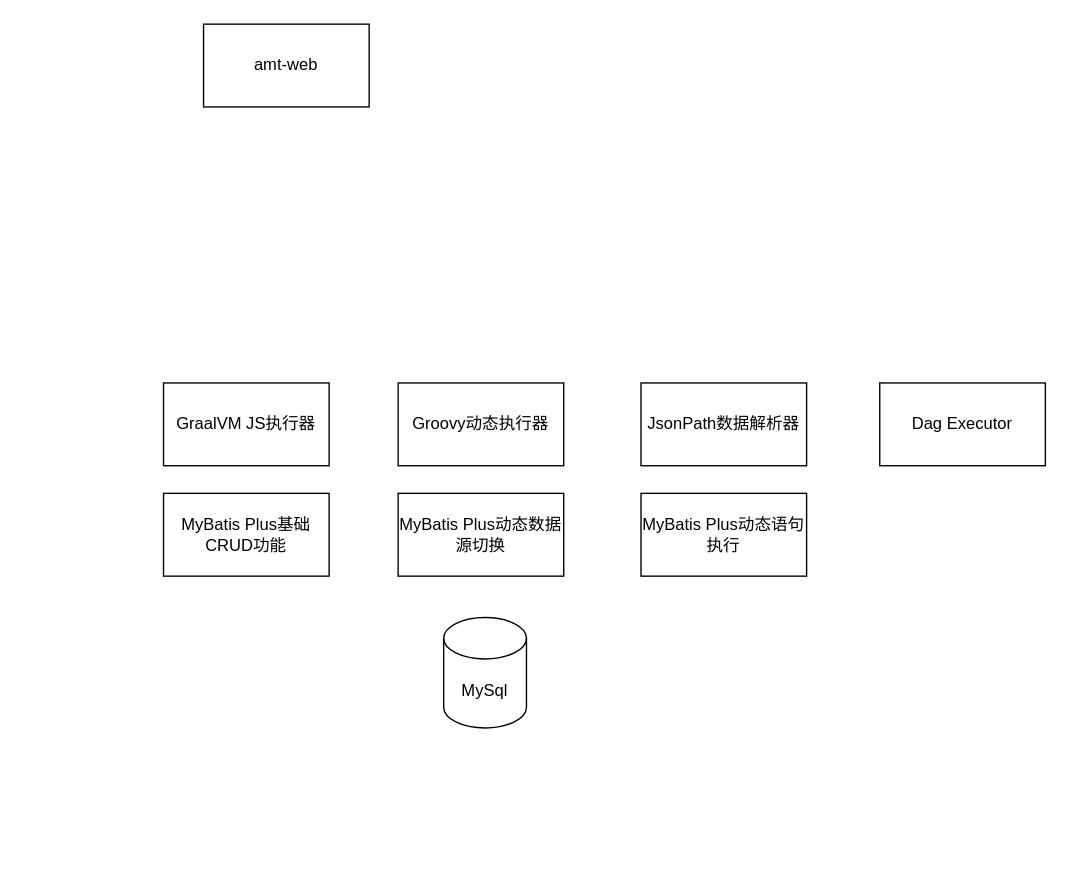
The draw.io diagram page "系统技术架构" (2 of 5) of docs/架构图.drawio in icarusliu/flowstone-api, before the edit. Source tidied: cells renumbered, new cells numbered last; positions are measured from the earlier drawing's top-left corner, leaving out a move shared by most shapes. Both pictures are drawn from the tidied source at 138%, with x=0, y=0 at pixel (163, 23).
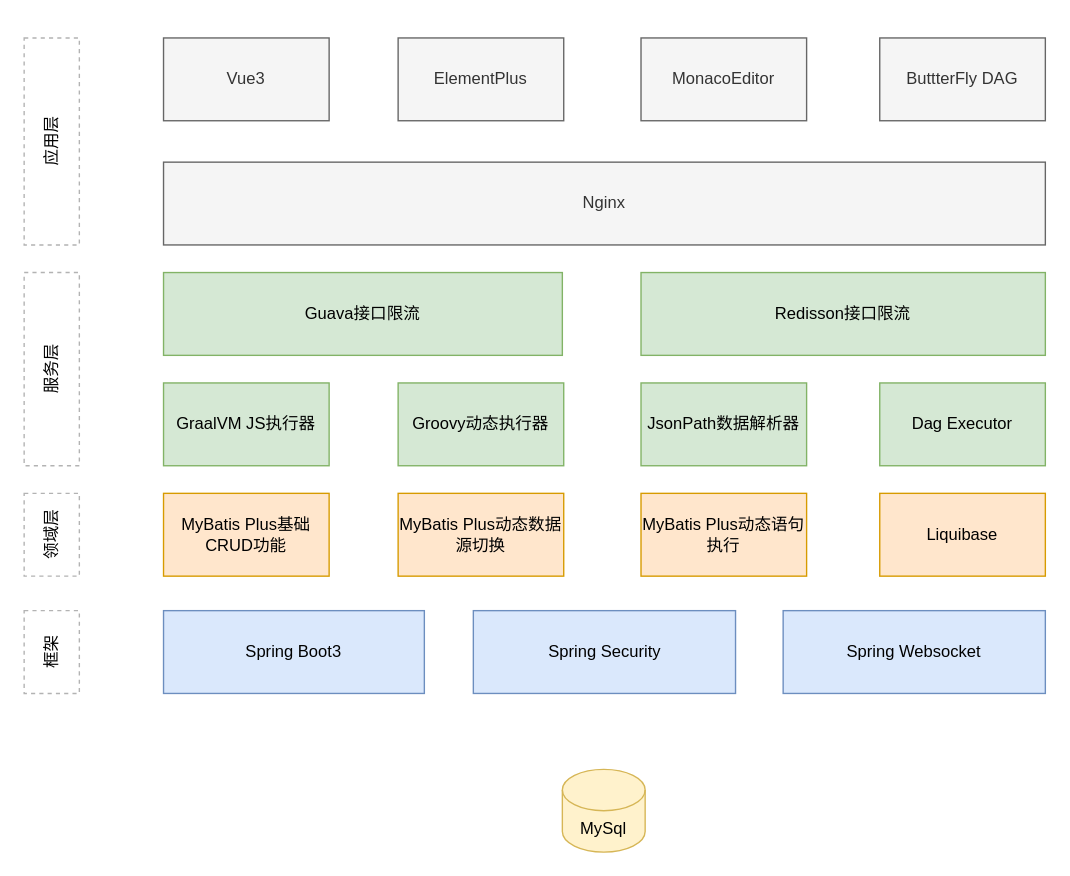
After the change.

Diff of the diagram source:
```diff
@@
-    <mxCell id="2" value="amt-web" style="rounded=0;whiteSpace=wrap;html=1;" parent="1" vertex="1">
-      <mxGeometry x="29" width="120" height="60" as="geometry" />
+    <mxCell id="2" value="Vue3" style="rounded=0;whiteSpace=wrap;html=1;fillColor=#f5f5f5;fontColor=#333333;strokeColor=#666666;" parent="1" vertex="1">
+      <mxGeometry y="10" width="120" height="60" as="geometry" />
     </mxCell>
-    <mxCell id="3" value="MyBatis&amp;nbsp;Plus动态语句执行" style="rounded=0;whiteSpace=wrap;html=1;" parent="1" vertex="1">
+    <mxCell id="3" value="MyBatis&amp;nbsp;Plus动态语句执行" style="rounded=0;whiteSpace=wrap;html=1;fillColor=#ffe6cc;strokeColor=#d79b00;" parent="1" vertex="1">
       <mxGeometry x="346" y="340" width="120" height="60" as="geometry" />
     </mxCell>
-    <mxCell id="4" value="MySql" style="shape=cylinder3;whiteSpace=wrap;html=1;boundedLbl=1;backgroundOutline=1;size=15;" parent="1" vertex="1">
-      <mxGeometry x="203" y="430" width="60" height="80" as="geometry" />
+    <mxCell id="4" value="MySql" style="shape=cylinder3;whiteSpace=wrap;html=1;boundedLbl=1;backgroundOutline=1;size=15;fillColor=#fff2cc;strokeColor=#d6b656;" parent="1" vertex="1">
+      <mxGeometry x="289" y="540" width="60" height="60" as="geometry" />
     </mxCell>
-    <mxCell id="5" value="MyBatis Plus动态数据源切换" style="rounded=0;whiteSpace=wrap;html=1;" parent="1" vertex="1">
+    <mxCell id="5" value="MyBatis Plus动态数据源切换" style="rounded=0;whiteSpace=wrap;html=1;fillColor=#ffe6cc;strokeColor=#d79b00;" parent="1" vertex="1">
       <mxGeometry x="170" y="340" width="120" height="60" as="geometry" />
     </mxCell>
-    <mxCell id="6" value="MyBatis Plus基础CRUD功能" style="rounded=0;whiteSpace=wrap;html=1;" parent="1" vertex="1">
+    <mxCell id="6" value="MyBatis Plus基础CRUD功能" style="rounded=0;whiteSpace=wrap;html=1;fillColor=#ffe6cc;strokeColor=#d79b00;" parent="1" vertex="1">
       <mxGeometry y="340" width="120" height="60" as="geometry" />
     </mxCell>
-    <mxCell id="7" value="GraalVM JS执行器" style="rounded=0;whiteSpace=wrap;html=1;" parent="1" vertex="1">
+    <mxCell id="7" value="GraalVM JS执行器" style="rounded=0;whiteSpace=wrap;html=1;fillColor=#d5e8d4;strokeColor=#82b366;" parent="1" vertex="1">
       <mxGeometry y="260" width="120" height="60" as="geometry" />
     </mxCell>
-    <mxCell id="8" value="Groovy动态执行器" style="rounded=0;whiteSpace=wrap;html=1;" parent="1" vertex="1">
+    <mxCell id="8" value="Groovy动态执行器" style="rounded=0;whiteSpace=wrap;html=1;fillColor=#d5e8d4;strokeColor=#82b366;" parent="1" vertex="1">
       <mxGeometry x="170" y="260" width="120" height="60" as="geometry" />
     </mxCell>
-    <mxCell id="9" value="Dag&amp;nbsp;Executor" style="rounded=0;whiteSpace=wrap;html=1;" parent="1" vertex="1">
+    <mxCell id="9" value="Dag&amp;nbsp;Executor" style="rounded=0;whiteSpace=wrap;html=1;fillColor=#d5e8d4;strokeColor=#82b366;" parent="1" vertex="1">
       <mxGeometry x="519" y="260" width="120" height="60" as="geometry" />
     </mxCell>
-    <mxCell id="10" value="JsonPath数据解析器" style="rounded=0;whiteSpace=wrap;html=1;" parent="1" vertex="1">
+    <mxCell id="10" value="JsonPath数据解析器" style="rounded=0;whiteSpace=wrap;html=1;fillColor=#d5e8d4;strokeColor=#82b366;" parent="1" vertex="1">
       <mxGeometry x="346" y="260" width="120" height="60" as="geometry" />
     </mxCell>
+    <mxCell id="11" value="ElementPlus" style="rounded=0;whiteSpace=wrap;html=1;fillColor=#f5f5f5;fontColor=#333333;strokeColor=#666666;" parent="1" vertex="1">
+      <mxGeometry x="170" y="10" width="120" height="60" as="geometry" />
+    </mxCell>
+    <mxCell id="12" value="MonacoEditor" style="rounded=0;whiteSpace=wrap;html=1;fillColor=#f5f5f5;fontColor=#333333;strokeColor=#666666;" parent="1" vertex="1">
+      <mxGeometry x="346" y="10" width="120" height="60" as="geometry" />
+    </mxCell>
+    <mxCell id="13" value="ButtterFly DAG" style="rounded=0;whiteSpace=wrap;html=1;fillColor=#f5f5f5;fontColor=#333333;strokeColor=#666666;" parent="1" vertex="1">
+      <mxGeometry x="519" y="10" width="120" height="60" as="geometry" />
+    </mxCell>
+    <mxCell id="14" value="Nginx" style="rounded=0;whiteSpace=wrap;html=1;fillColor=#f5f5f5;fontColor=#333333;strokeColor=#666666;" parent="1" vertex="1">
+      <mxGeometry y="100" width="639" height="60" as="geometry" />
+    </mxCell>
+    <mxCell id="15" value="Liquibase" style="rounded=0;whiteSpace=wrap;html=1;fillColor=#ffe6cc;strokeColor=#d79b00;" parent="1" vertex="1">
+      <mxGeometry x="519" y="340" width="120" height="60" as="geometry" />
+    </mxCell>
+    <mxCell id="16" value="Guava接口限流" style="rounded=0;whiteSpace=wrap;html=1;fillColor=#d5e8d4;strokeColor=#82b366;" parent="1" vertex="1">
+      <mxGeometry y="180" width="289" height="60" as="geometry" />
+    </mxCell>
+    <mxCell id="17" value="Redisson接口限流" style="rounded=0;whiteSpace=wrap;html=1;fillColor=#d5e8d4;strokeColor=#82b366;" parent="1" vertex="1">
+      <mxGeometry x="346" y="180" width="293" height="60" as="geometry" />
+    </mxCell>
+    <mxCell id="18" value="Spring Boot3" style="rounded=0;whiteSpace=wrap;html=1;fillColor=#dae8fc;strokeColor=#6c8ebf;" parent="1" vertex="1">
+      <mxGeometry y="425" width="189" height="60" as="geometry" />
+    </mxCell>
+    <mxCell id="19" value="Spring Security" style="rounded=0;whiteSpace=wrap;html=1;fillColor=#dae8fc;strokeColor=#6c8ebf;" parent="1" vertex="1">
+      <mxGeometry x="224.5" y="425" width="190" height="60" as="geometry" />
+    </mxCell>
+    <mxCell id="20" value="Spring Websocket" style="rounded=0;whiteSpace=wrap;html=1;fillColor=#dae8fc;strokeColor=#6c8ebf;" parent="1" vertex="1">
+      <mxGeometry x="449" y="425" width="190" height="60" as="geometry" />
+    </mxCell>
+    <mxCell id="21" value="应用层" style="rounded=0;whiteSpace=wrap;html=1;dashed=1;fillColor=none;horizontal=0;strokeColor=#B3B3B3;" parent="1" vertex="1">
+      <mxGeometry x="-101" y="10" width="40" height="150" as="geometry" />
+    </mxCell>
+    <mxCell id="22" value="服务层" style="rounded=0;whiteSpace=wrap;html=1;dashed=1;fillColor=none;horizontal=0;strokeColor=#B3B3B3;" parent="1" vertex="1">
+      <mxGeometry x="-101" y="180" width="40" height="140" as="geometry" />
+    </mxCell>
+    <mxCell id="23" value="领域层" style="rounded=0;whiteSpace=wrap;html=1;dashed=1;fillColor=none;horizontal=0;strokeColor=#B3B3B3;" parent="1" vertex="1">
+      <mxGeometry x="-101" y="340" width="40" height="60" as="geometry" />
+    </mxCell>
+    <mxCell id="24" value="框架" style="rounded=0;whiteSpace=wrap;html=1;dashed=1;fillColor=none;horizontal=0;strokeColor=#B3B3B3;" parent="1" vertex="1">
+      <mxGeometry x="-101" y="425" width="40" height="60" as="geometry" />
+    </mxCell>
```
